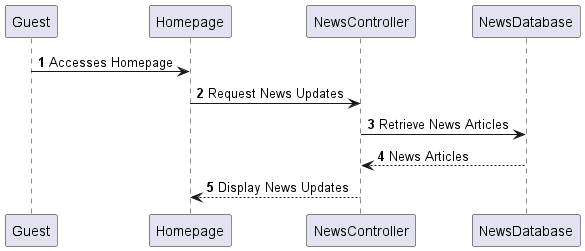
The PlantUML diagram Doc/use-Cases/uc012/sequenceDiagram/sequenceDiagram012.png in kanzodotjava/RefugeeLINK, before a commit.
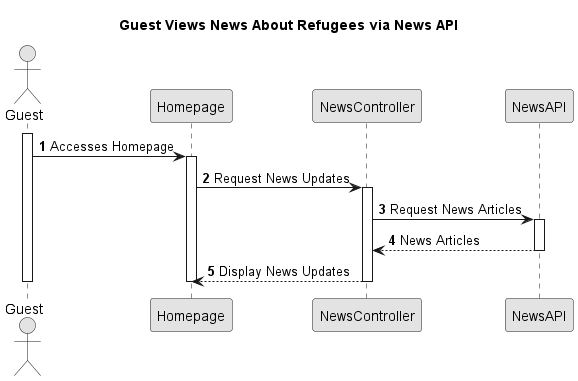
After the change.

The edit, as a diff of the source:
```diff
@@ -1,10 +1,34 @@
 @startuml
+skinparam monochrome true
+skinparam packageStyle rectangle
+skinparam shadowing false
+
+title Guest Views News About Refugees via News API
+
 autonumber
 
-Guest -> Homepage: Accesses Homepage
-Homepage -> NewsController: Request News Updates
-NewsController -> NewsDatabase: Retrieve News Articles
-NewsDatabase --> NewsController: News Articles
-NewsController --> Homepage: Display News Updates
+actor Guest
+participant "Homepage" as HP
+participant "NewsController" as NewsCtrl
+participant "NewsAPI" as NewsAPI
+
+activate Guest
+
+Guest -> HP : Accesses Homepage
+activate HP
+
+HP -> NewsCtrl : Request News Updates
+activate NewsCtrl
+
+NewsCtrl -> NewsAPI : Request News Articles
+activate NewsAPI
+NewsAPI --> NewsCtrl : News Articles
+deactivate NewsAPI
+
+NewsCtrl --> HP : Display News Updates
+deactivate NewsCtrl
+deactivate HP
+
+deactivate Guest
 
 @enduml
```
